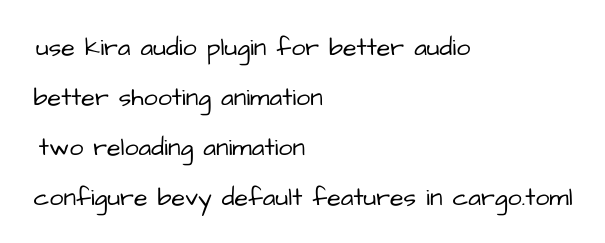
Above: plans.drawio in HasChad/bevy-shooting-range (draw.io), before the change. Source tidied: cells renumbered, new cells numbered last; positions are measured from the earlier drawing's top-left corner, leaving out a move shared by most shapes. Both pictures are drawn from the tidied source at 125%, with x=0, y=0 at pixel (21, 21).
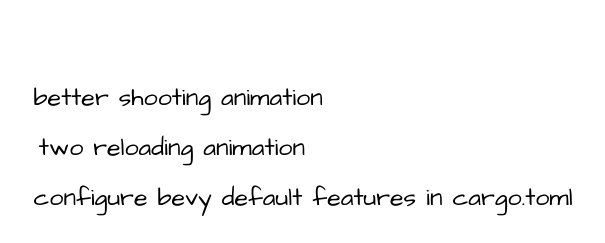
The same page after the edit.

Commit message (it also covers changes not shown here):
updated bevy version 0.13.0 to 0.13.1, updated game version old missing commit message: some bevy features removed and some added in cargo.toml file, added kira audio

The edit, as a diff of the source:
```diff
@@
 <mxGraphModel>
   <root>
     <mxCell id="0" />
     <mxCell id="1" parent="0" />
-    <mxCell id="2" value="use kira audio plugin for better audio" style="text;html=1;align=center;verticalAlign=middle;strokeColor=none;fillColor=none;fontSize=20;fontFamily=Architects Daughter;sketch=1;hachureGap=4;jiggle=2;curveFitting=1;" parent="1" vertex="1">
-      <mxGeometry width="370" height="40" as="geometry" />
-    </mxCell>
     <mxCell id="3" value="better shooting animation" style="text;html=1;align=center;verticalAlign=middle;strokeColor=none;fillColor=none;fontSize=20;fontFamily=Architects Daughter;sketch=1;hachureGap=4;jiggle=2;curveFitting=1;" parent="1" vertex="1">
       <mxGeometry y="40" width="250" height="40" as="geometry" />
     </mxCell>
     <mxCell id="4" value="two reloading animation" style="text;html=1;align=center;verticalAlign=middle;strokeColor=none;fillColor=none;fontSize=20;fontFamily=Architects Daughter;sketch=1;hachureGap=4;jiggle=2;curveFitting=1;" parent="1" vertex="1">
       <mxGeometry y="80" width="240" height="40" as="geometry" />
     </mxCell>
     <mxCell id="5" value="configure bevy default features in cargo.toml&lt;br&gt;" style="text;html=1;align=center;verticalAlign=middle;strokeColor=none;fillColor=none;fontSize=20;fontFamily=Architects Daughter;sketch=1;hachureGap=4;jiggle=2;curveFitting=1;" parent="1" vertex="1">
       <mxGeometry y="120" width="450" height="40" as="geometry" />
     </mxCell>
   </root>
 </mxGraphModel>
```
